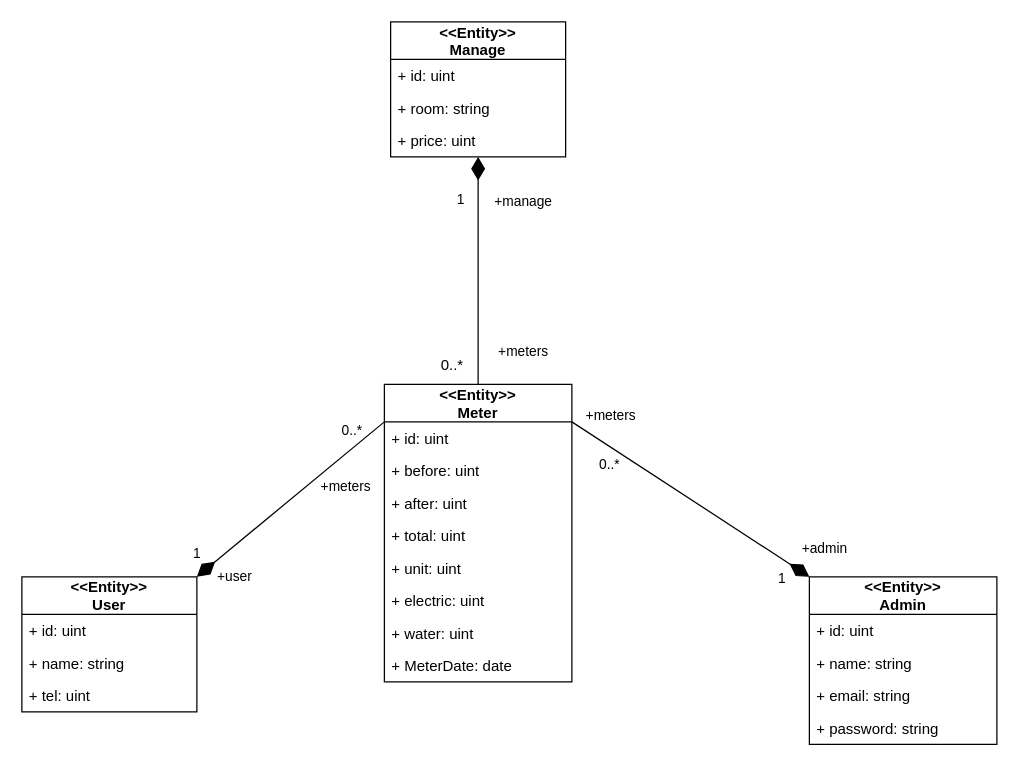
The draw.io diagram page "Design1" (10 of 21) of SE.drawio in nunpromporn/SE, before the edit. Source tidied: cells renumbered, new cells numbered last; positions are measured from the earlier drawing's top-left corner, leaving out a move shared by most shapes. Both pictures are drawn from the tidied source at 125%, with x=0, y=0 at pixel (21, 21).
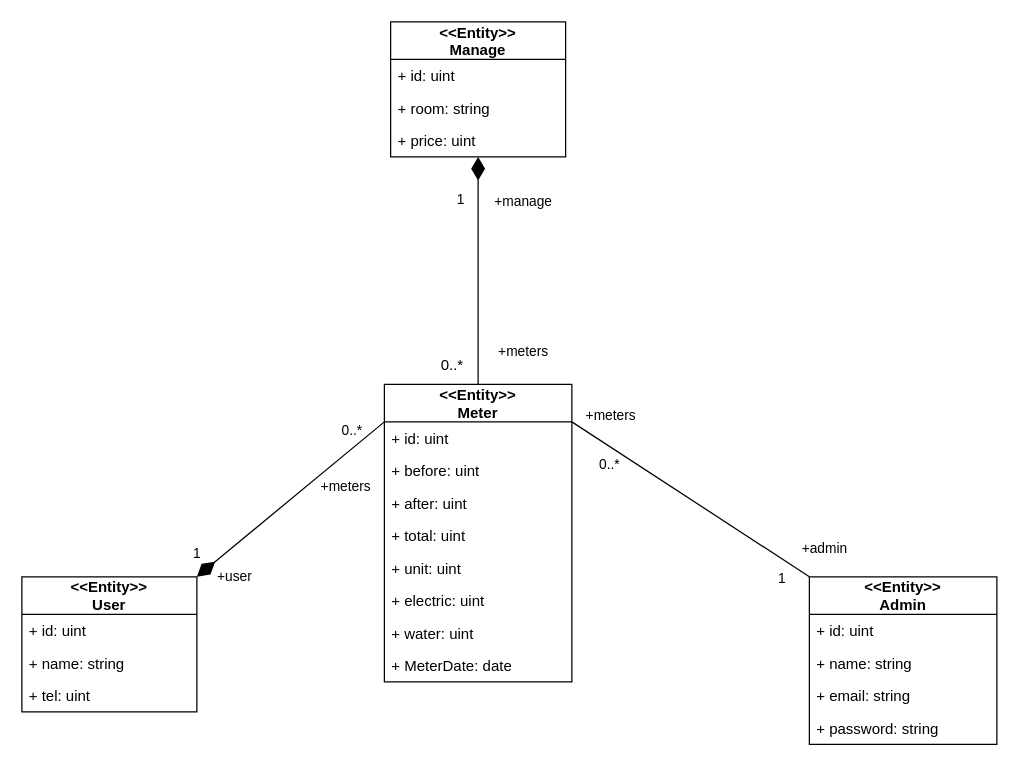
After the change.

Unchanged cells that the change refers to:
```xml
<mxCell id="15" value="&lt;&lt;Entity&gt;&gt;&#10;Admin" style="swimlane;fontStyle=1;horizontal=1;startSize=30;fillColor=none;" parent="1" vertex="1">
  <mxGeometry x="630" y="443.9" width="150" height="134" as="geometry" />
</mxCell>
```

Diff of the diagram source:
```diff
@@
-    <mxCell id="25" style="html=1;endArrow=diamondThin;elbow=vertical;rounded=1;entryX=0;entryY=0;entryDx=0;entryDy=0;startArrow=none;startFill=0;endFill=1;endSize=16;startSize=16;" parent="1" edge="1" target="15">
+    <mxCell id="25" style="html=1;endArrow=none;elbow=vertical;rounded=1;entryX=0;entryY=0;entryDx=0;entryDy=0;startArrow=none;startFill=0;endFill=0;endSize=16;startSize=16;" parent="1" edge="1" target="15">
       <mxGeometry relative="1" as="geometry">
         <mxPoint x="440" y="320" as="sourcePoint" />
       </mxGeometry>
     </mxCell>
```
